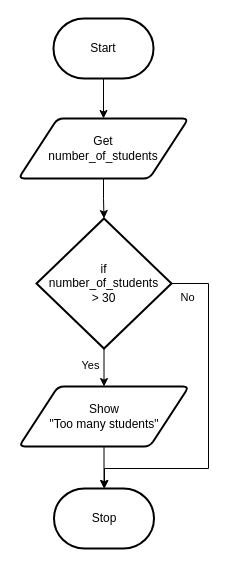
Above: docs/structured-problem-solving/images/flowchart-if-then.drawio in Mr-Coxall/Computer-Based-Problem-Solving (draw.io), before the change. Source tidied: cells renumbered, new cells numbered last; positions are measured from the earlier drawing's top-left corner, leaving out a move shared by most shapes. Both pictures are drawn from the tidied source at 100%, with x=0, y=0 at pixel (18, 18).
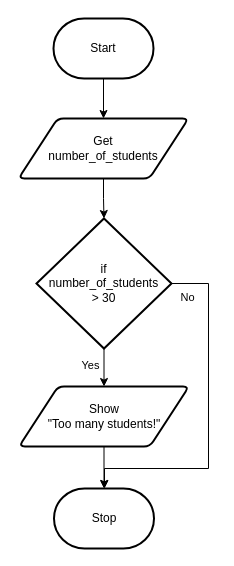
The same page after the edit.

The edit, as a diff of the source:
```diff
@@
 <mxGraphModel>
   <root>
     <mxCell id="0" />
     <mxCell id="1" parent="0" />
     <mxCell id="2" style="edgeStyle=orthogonalEdgeStyle;html=1;rounded=0;" parent="1" edge="1" source="3" target="5">
       <mxGeometry relative="1" as="geometry" />
     </mxCell>
     <mxCell id="3" value="Start" style="strokeWidth=2;html=1;shape=mxgraph.flowchart.terminator;whiteSpace=wrap;" parent="1" vertex="1">
       <mxGeometry x="35" width="100" height="60" as="geometry" />
     </mxCell>
     <mxCell id="4" style="edgeStyle=orthogonalEdgeStyle;html=1;rounded=0;" parent="1" edge="1" source="5" target="9">
       <mxGeometry relative="1" as="geometry" />
     </mxCell>
     <mxCell id="5" value="Get&lt;br&gt;number_of_students" style="shape=parallelogram;html=1;strokeWidth=2;perimeter=parallelogramPerimeter;whiteSpace=wrap;rounded=1;arcSize=12;size=0.23;" parent="1" vertex="1">
       <mxGeometry y="100" width="170" height="60" as="geometry" />
     </mxCell>
     <mxCell id="6" value="Stop" style="strokeWidth=2;html=1;shape=mxgraph.flowchart.terminator;whiteSpace=wrap;" parent="1" vertex="1">
       <mxGeometry x="35.5" y="470" width="100" height="60" as="geometry" />
     </mxCell>
     <mxCell id="7" style="edgeStyle=orthogonalEdgeStyle;shape=connector;rounded=0;html=1;labelBackgroundColor=default;strokeColor=default;fontFamily=Helvetica;fontSize=11;fontColor=default;endArrow=classic;" parent="1" edge="1" source="9" target="11">
       <mxGeometry relative="1" as="geometry" />
     </mxCell>
     <mxCell id="8" style="edgeStyle=orthogonalEdgeStyle;shape=connector;rounded=0;html=1;labelBackgroundColor=default;strokeColor=default;fontFamily=Helvetica;fontSize=11;fontColor=default;endArrow=classic;" parent="1" edge="1" source="9" target="6">
       <mxGeometry relative="1" as="geometry">
         <Array as="points">
           <mxPoint x="190" y="265" />
           <mxPoint x="190" y="450" />
           <mxPoint x="86" y="450" />
         </Array>
       </mxGeometry>
     </mxCell>
     <mxCell id="9" value="if&lt;br&gt;number_of_students&lt;br&gt;&amp;gt; 30" style="strokeWidth=2;html=1;shape=mxgraph.flowchart.decision;whiteSpace=wrap;" parent="1" vertex="1">
       <mxGeometry x="18" y="200" width="135" height="130" as="geometry" />
     </mxCell>
     <mxCell id="10" style="edgeStyle=orthogonalEdgeStyle;shape=connector;rounded=0;html=1;entryX=0.5;entryY=0;entryDx=0;entryDy=0;entryPerimeter=0;labelBackgroundColor=default;strokeColor=default;fontFamily=Helvetica;fontSize=11;fontColor=default;endArrow=classic;" parent="1" edge="1" source="11" target="6">
       <mxGeometry relative="1" as="geometry" />
     </mxCell>
-    <mxCell id="11" value="Show&lt;br&gt;&quot;Too many students&quot;" style="shape=parallelogram;html=1;strokeWidth=2;perimeter=parallelogramPerimeter;whiteSpace=wrap;rounded=1;arcSize=12;size=0.23;" parent="1" vertex="1">
+    <mxCell id="11" value="Show&lt;br&gt;&quot;Too many students!&quot;" style="shape=parallelogram;html=1;strokeWidth=2;perimeter=parallelogramPerimeter;whiteSpace=wrap;rounded=1;arcSize=12;size=0.23;" parent="1" vertex="1">
       <mxGeometry x="0.5" y="368" width="170" height="60" as="geometry" />
     </mxCell>
     <mxCell id="12" value="Yes" style="text;html=1;align=center;verticalAlign=middle;strokeColor=none;fillColor=none;fontSize=11;fontFamily=Helvetica;fontColor=default;" parent="1" vertex="1">
       <mxGeometry x="52" y="332" width="40" height="30" as="geometry" />
     </mxCell>
     <mxCell id="13" value="No" style="text;html=1;align=center;verticalAlign=middle;strokeColor=none;fillColor=none;fontSize=11;fontFamily=Helvetica;fontColor=default;" parent="1" vertex="1">
       <mxGeometry x="149" y="264" width="40" height="30" as="geometry" />
     </mxCell>
   </root>
 </mxGraphModel>
```
